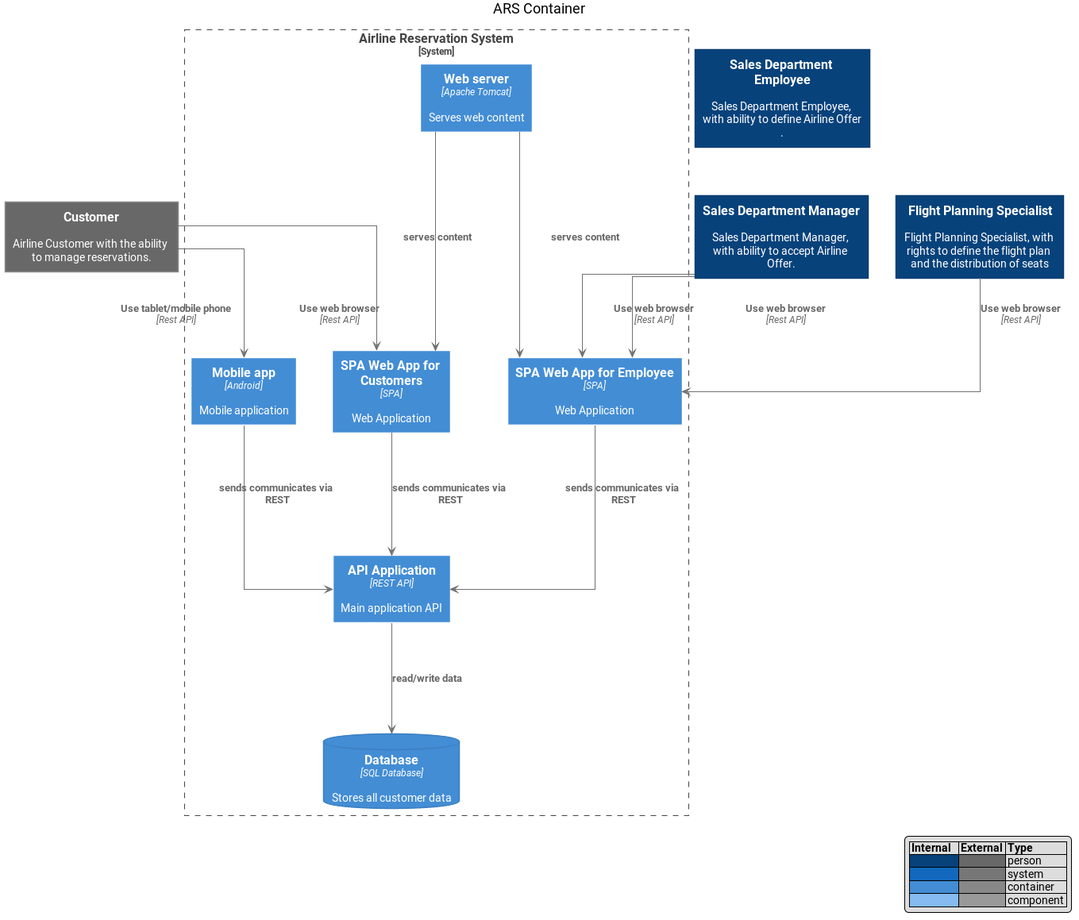
Above: img/architecture/ARS_Containers.png in mwwojcik/airline-reservation-system (PlantUML), before the change.
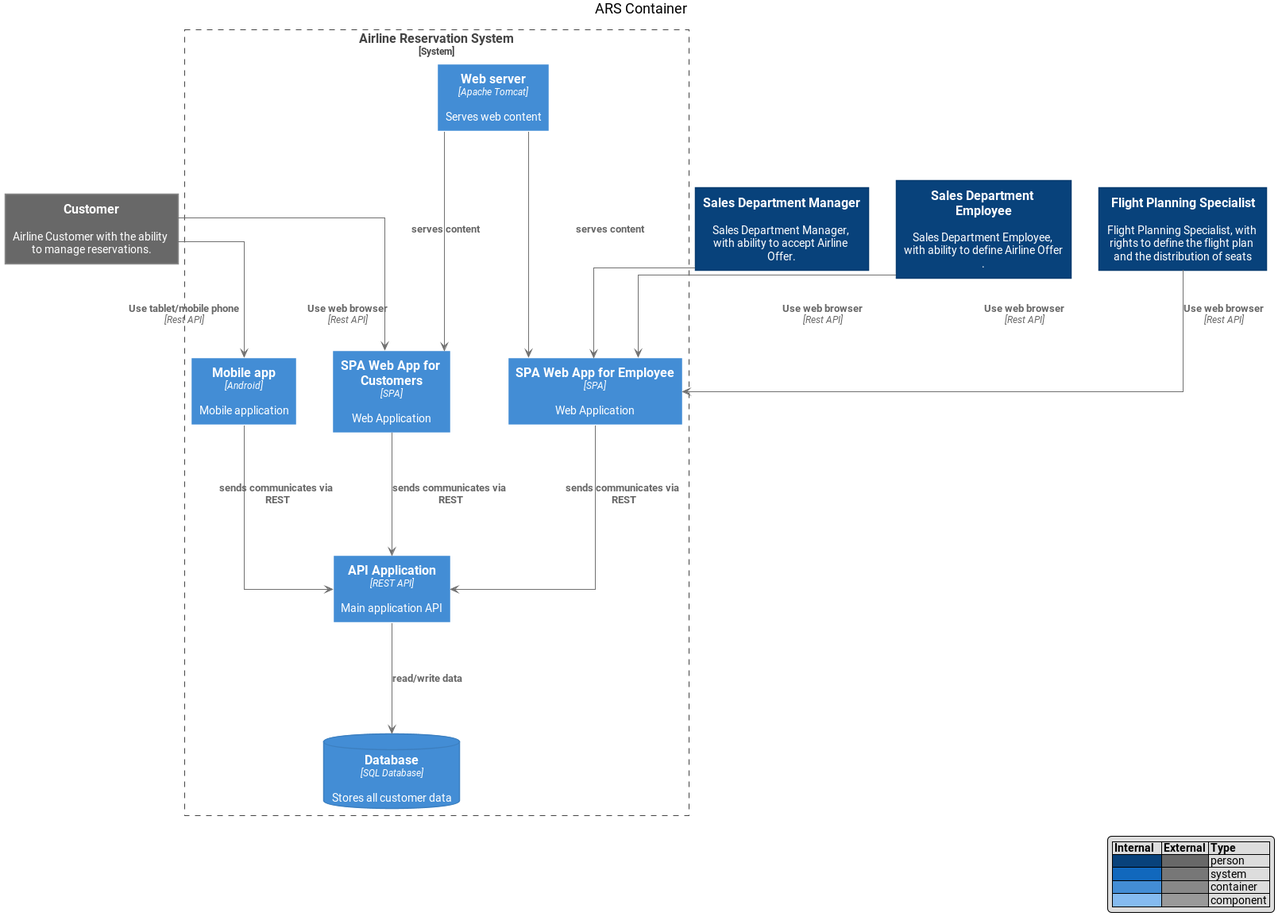
The same diagram one commit later.

What changed in the source:
```diff
@@ -479,7 +479,7 @@
 customer --> mobile_application : "===Use tablet/mobile phone\n//<size:12>[Rest API]</size>//"
 
 sales_department_manager --> emp_portal : "===Use web browser\n//<size:12>[Rest API]</size>//"
-sales_department_manager --> emp_portal : "===Use web browser\n//<size:12>[Rest API]</size>//"
+sales_department_emp --> emp_portal : "===Use web browser\n//<size:12>[Rest API]</size>//"
 fligth_planning_specialist --> emp_portal : "===Use web browser\n//<size:12>[Rest API]</size>//"
 
 web_server --> customer_web_portal : "===serves content"
```
